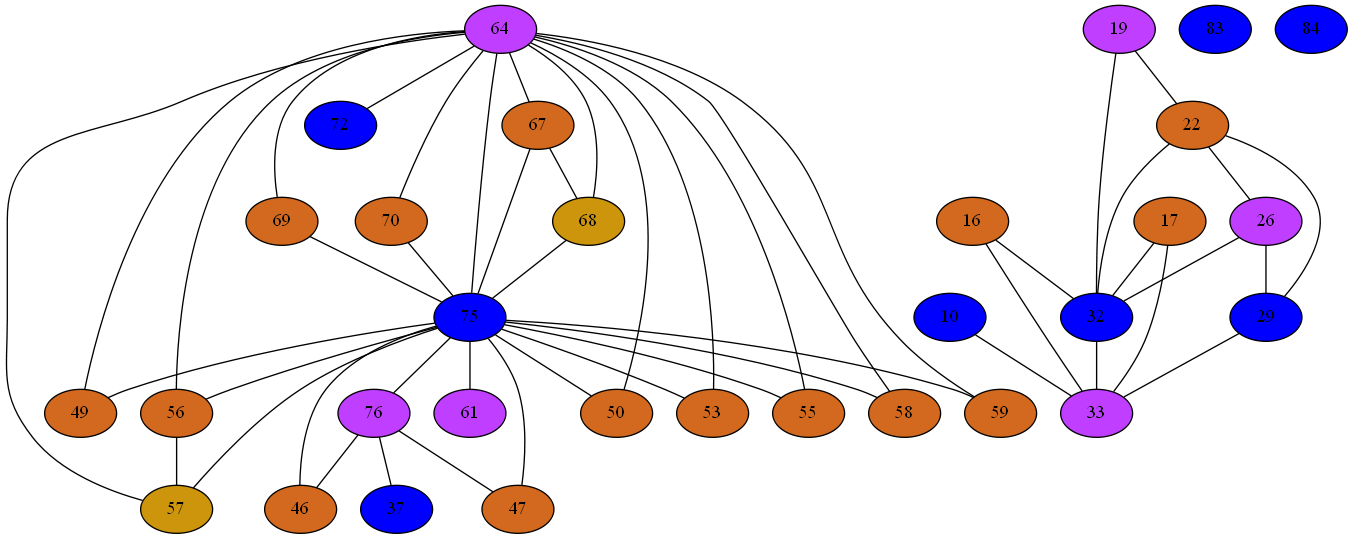
This is Compiler/2iGraph.png from mbajaj92/Project-Astoria, a Graphviz export, as it was before one commit. Its source is kept beside it as Compiler/2iGraph.dot.
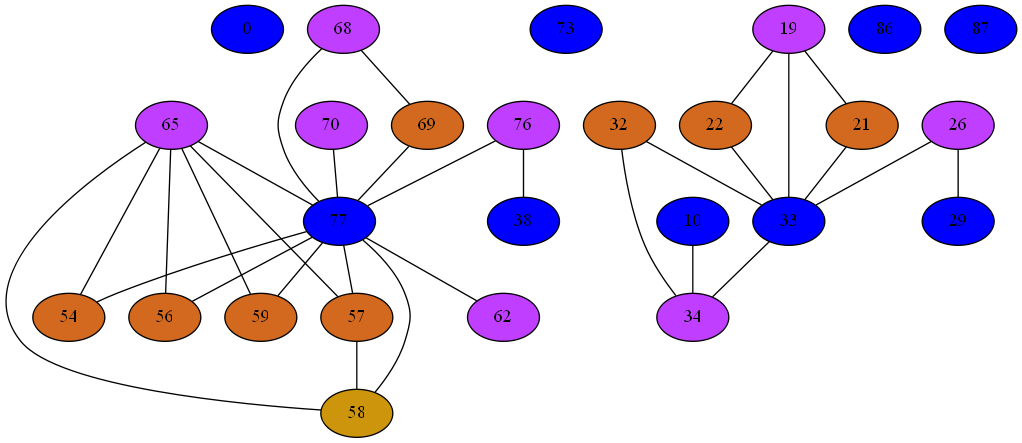
The same diagram one commit later.

Diff of the diagram source:
```diff
@@ -1,131 +1,88 @@
 strict graph {
-64[label="64" style=filled fillcolor="darkorchid1"];
-64 -- 67
-64 -- 68
-64 -- 69
-64 -- 70
-64 -- 72
-64 -- 75
-64 -- 49
-64 -- 50
-64 -- 53
-64 -- 55
-64 -- 56
-64 -- 57
-64 -- 58
-64 -- 59
-67[label="67" style=filled fillcolor="chocolate"];
-67 -- 64
-67 -- 68
-67 -- 75
-68[label="68" style=filled fillcolor="darkgoldenrod3"];
-68 -- 64
-68 -- 67
-68 -- 75
+0[label="0" style=filled fillcolor="blue1"];
+65[label="65" style=filled fillcolor="darkorchid1"];
+65 -- 54
+65 -- 56
+65 -- 57
+65 -- 58
+65 -- 59
+65 -- 77
+68[label="68" style=filled fillcolor="darkorchid1"];
+68 -- 69
+68 -- 77
 69[label="69" style=filled fillcolor="chocolate"];
-69 -- 64
-69 -- 75
-70[label="70" style=filled fillcolor="chocolate"];
-70 -- 64
-70 -- 75
-72[label="72" style=filled fillcolor="blue1"];
-72 -- 64
+69 -- 68
+69 -- 77
+70[label="70" style=filled fillcolor="darkorchid1"];
+70 -- 77
+73[label="73" style=filled fillcolor="blue1"];
 10[label="10" style=filled fillcolor="blue1"];
-10 -- 33
-75[label="75" style=filled fillcolor="blue1"];
-75 -- 64
-75 -- 67
-75 -- 68
-75 -- 69
-75 -- 70
-75 -- 76
-75 -- 46
-75 -- 47
-75 -- 49
-75 -- 50
-75 -- 53
-75 -- 55
-75 -- 56
-75 -- 57
-75 -- 58
-75 -- 59
-75 -- 61
+10 -- 34
 76[label="76" style=filled fillcolor="darkorchid1"];
-76 -- 37
-76 -- 75
-76 -- 46
-76 -- 47
-16[label="16" style=filled fillcolor="chocolate"];
-16 -- 32
-16 -- 33
-17[label="17" style=filled fillcolor="chocolate"];
-17 -- 32
-17 -- 33
+76 -- 38
+76 -- 77
+77[label="77" style=filled fillcolor="blue1"];
+77 -- 65
+77 -- 68
+77 -- 69
+77 -- 70
+77 -- 54
+77 -- 56
+77 -- 57
+77 -- 58
+77 -- 59
+77 -- 76
+77 -- 62
 19[label="19" style=filled fillcolor="darkorchid1"];
-19 -- 32
+19 -- 33
+19 -- 21
 19 -- 22
-83[label="83" style=filled fillcolor="blue1"];
-84[label="84" style=filled fillcolor="blue1"];
+21[label="21" style=filled fillcolor="chocolate"];
+21 -- 33
+21 -- 19
 22[label="22" style=filled fillcolor="chocolate"];
-22 -- 32
+22 -- 33
 22 -- 19
-22 -- 26
-22 -- 29
+86[label="86" style=filled fillcolor="blue1"];
+87[label="87" style=filled fillcolor="blue1"];
 26[label="26" style=filled fillcolor="darkorchid1"];
-26 -- 32
-26 -- 22
+26 -- 33
 26 -- 29
 29[label="29" style=filled fillcolor="blue1"];
-29 -- 33
-29 -- 22
 29 -- 26
-32[label="32" style=filled fillcolor="blue1"];
-32 -- 16
+32[label="32" style=filled fillcolor="chocolate"];
 32 -- 33
-32 -- 17
-32 -- 19
-32 -- 22
-32 -- 26
-33[label="33" style=filled fillcolor="darkorchid1"];
-33 -- 16
+32 -- 34
+33[label="33" style=filled fillcolor="blue1"];
 33 -- 32
-33 -- 17
-33 -- 10
-33 -- 29
-37[label="37" style=filled fillcolor="blue1"];
-37 -- 76
-46[label="46" style=filled fillcolor="chocolate"];
-46 -- 75
-46 -- 76
-47[label="47" style=filled fillcolor="chocolate"];
-47 -- 75
-47 -- 76
-49[label="49" style=filled fillcolor="chocolate"];
-49 -- 64
-49 -- 75
-50[label="50" style=filled fillcolor="chocolate"];
-50 -- 64
-50 -- 75
-53[label="53" style=filled fillcolor="chocolate"];
-53 -- 64
-53 -- 75
-55[label="55" style=filled fillcolor="chocolate"];
-55 -- 64
-55 -- 75
+33 -- 34
+33 -- 19
+33 -- 21
+33 -- 22
+33 -- 26
+34[label="34" style=filled fillcolor="darkorchid1"];
+34 -- 32
+34 -- 33
+34 -- 10
+38[label="38" style=filled fillcolor="blue1"];
+38 -- 76
+54[label="54" style=filled fillcolor="chocolate"];
+54 -- 65
+54 -- 77
 56[label="56" style=filled fillcolor="chocolate"];
-56 -- 64
-56 -- 57
-56 -- 75
-57[label="57" style=filled fillcolor="darkgoldenrod3"];
-57 -- 64
-57 -- 56
-57 -- 75
-58[label="58" style=filled fillcolor="chocolate"];
-58 -- 64
-58 -- 75
+56 -- 65
+56 -- 77
+57[label="57" style=filled fillcolor="chocolate"];
+57 -- 65
+57 -- 58
+57 -- 77
+58[label="58" style=filled fillcolor="darkgoldenrod3"];
+58 -- 65
+58 -- 57
+58 -- 77
 59[label="59" style=filled fillcolor="chocolate"];
-59 -- 64
-59 -- 75
-61[label="61" style=filled fillcolor="darkorchid1"];
-61 -- 75
+59 -- 65
+59 -- 77
+62[label="62" style=filled fillcolor="darkorchid1"];
+62 -- 77
 }
```
